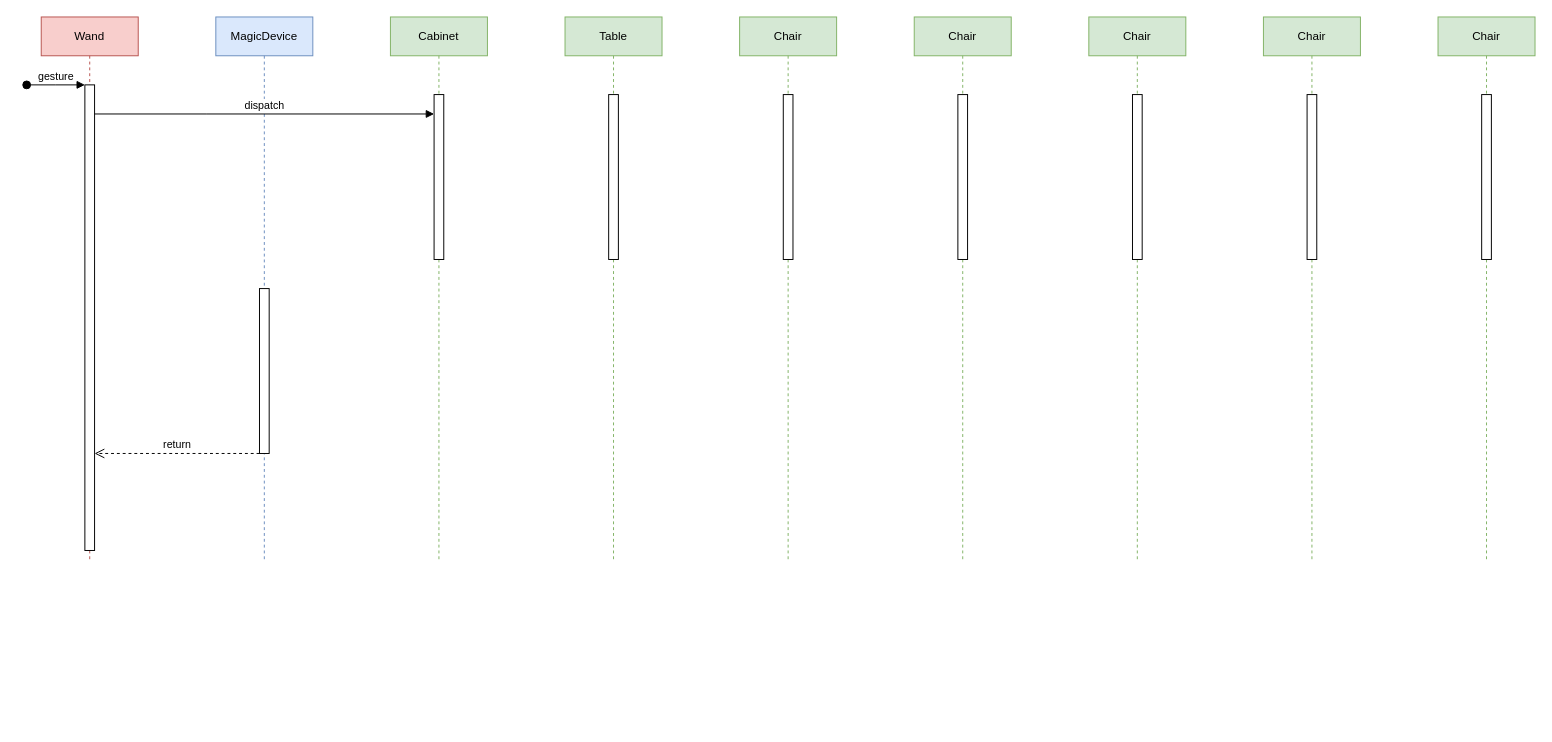
This is Untitled Diagram.drawio from screab/kano-wand-demos, a draw.io file, before an edit. Source tidied: cells renumbered, new cells numbered last; positions are measured from the earlier drawing's top-left corner, leaving out a move shared by most shapes. Both pictures are drawn from the tidied source at 97%, with x=0, y=0 at pixel (26, 16).
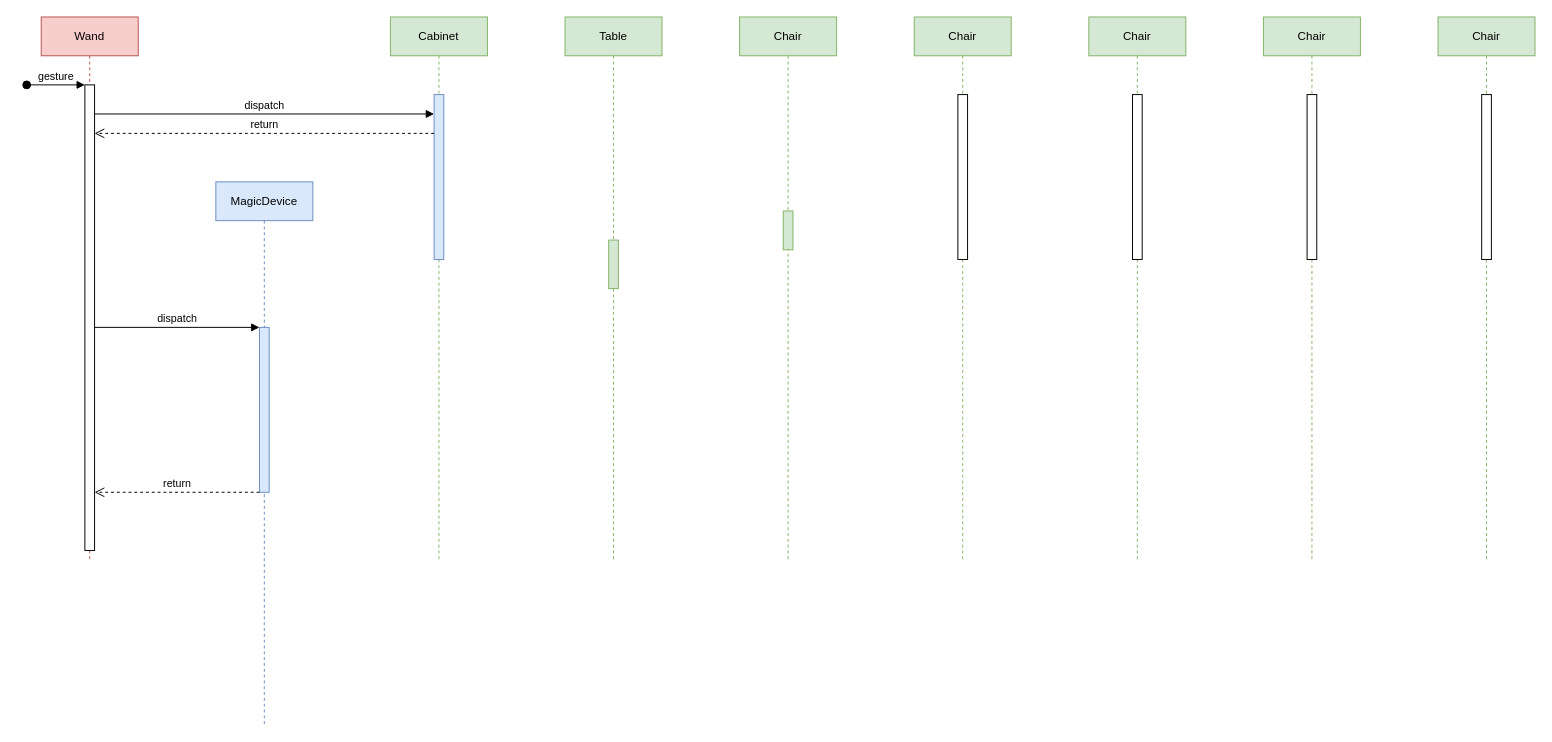
The same page after the edit.

Unchanged cells that the change refers to:
```xml
<mxCell id="3" style="html=1;points=[];perimeter=orthogonalPerimeter;outlineConnect=0;targetShapes=umlLifeline;portConstraint=eastwest;newEdgeStyle={&quot;edgeStyle&quot;:&quot;elbowEdgeStyle&quot;,&quot;elbow&quot;:&quot;vertical&quot;,&quot;curved&quot;:0,&quot;rounded&quot;:0};" parent="2" vertex="1">
  <mxGeometry x="45" y="70" width="10" height="480" as="geometry" />
</mxCell>
<mxCell id="9" value="Cabinet" style="shape=umlLifeline;perimeter=lifelinePerimeter;whiteSpace=wrap;html=1;newEdgeStyle={&quot;edgeStyle&quot;:&quot;elbowEdgeStyle&quot;,&quot;elbow&quot;:&quot;vertical&quot;,&quot;curved&quot;:0,&quot;rounded&quot;:0};fillColor=#d5e8d4;strokeColor=#82b366;" parent="1" vertex="1">
  <mxGeometry x="375" width="100" height="560" as="geometry" />
</mxCell>
<mxCell id="11" value="Table" style="shape=umlLifeline;perimeter=lifelinePerimeter;whiteSpace=wrap;html=1;newEdgeStyle={&quot;edgeStyle&quot;:&quot;elbowEdgeStyle&quot;,&quot;elbow&quot;:&quot;vertical&quot;,&quot;curved&quot;:0,&quot;rounded&quot;:0};fillColor=#d5e8d4;strokeColor=#82b366;" parent="1" vertex="1">
  <mxGeometry x="555" width="100" height="560" as="geometry" />
</mxCell>
<mxCell id="13" value="Chair" style="shape=umlLifeline;perimeter=lifelinePerimeter;whiteSpace=wrap;html=1;newEdgeStyle={&quot;edgeStyle&quot;:&quot;elbowEdgeStyle&quot;,&quot;elbow&quot;:&quot;vertical&quot;,&quot;curved&quot;:0,&quot;rounded&quot;:0};fillColor=#d5e8d4;strokeColor=#82b366;" parent="1" vertex="1">
  <mxGeometry x="735" width="100" height="560" as="geometry" />
</mxCell>
```

Change to the diagram source:
```diff
@@
     <mxCell id="5" value="MagicDevice" style="shape=umlLifeline;perimeter=lifelinePerimeter;whiteSpace=wrap;html=1;newEdgeStyle={&quot;edgeStyle&quot;:&quot;elbowEdgeStyle&quot;,&quot;elbow&quot;:&quot;vertical&quot;,&quot;curved&quot;:0,&quot;rounded&quot;:0};fillColor=#dae8fc;strokeColor=#6c8ebf;" parent="1" vertex="1">
-      <mxGeometry x="195" width="100" height="560" as="geometry" />
+      <mxGeometry x="195" y="170" width="100" height="560" as="geometry" />
     </mxCell>
-    <mxCell id="6" style="html=1;points=[];perimeter=orthogonalPerimeter;outlineConnect=0;targetShapes=umlLifeline;portConstraint=eastwest;newEdgeStyle={&quot;edgeStyle&quot;:&quot;elbowEdgeStyle&quot;,&quot;elbow&quot;:&quot;vertical&quot;,&quot;curved&quot;:0,&quot;rounded&quot;:0};" parent="5" vertex="1">
-      <mxGeometry x="45" y="280" width="10" height="170" as="geometry" />
+    <mxCell id="6" style="html=1;points=[];perimeter=orthogonalPerimeter;outlineConnect=0;targetShapes=umlLifeline;portConstraint=eastwest;newEdgeStyle={&quot;edgeStyle&quot;:&quot;elbowEdgeStyle&quot;,&quot;elbow&quot;:&quot;vertical&quot;,&quot;curved&quot;:0,&quot;rounded&quot;:0};fillColor=#dae8fc;strokeColor=#6c8ebf;" parent="5" vertex="1">
+      <mxGeometry x="45" y="150" width="10" height="170" as="geometry" />
     </mxCell>
@@
     <mxCell id="8" value="return" style="html=1;verticalAlign=bottom;endArrow=open;dashed=1;endSize=8;edgeStyle=elbowEdgeStyle;elbow=vertical;curved=0;rounded=0;" parent="1" edge="1" source="6" target="3">
       <mxGeometry relative="1" as="geometry">
         <Array as="points">
+          <mxPoint x="175" y="490" />
           <mxPoint x="155" y="450" />
           <mxPoint x="165" y="240" />
         </Array>
       </mxGeometry>
     </mxCell>
@@
-    <mxCell id="10" style="html=1;points=[];perimeter=orthogonalPerimeter;outlineConnect=0;targetShapes=umlLifeline;portConstraint=eastwest;newEdgeStyle={&quot;edgeStyle&quot;:&quot;elbowEdgeStyle&quot;,&quot;elbow&quot;:&quot;vertical&quot;,&quot;curved&quot;:0,&quot;rounded&quot;:0};" parent="9" vertex="1">
+    <mxCell id="10" style="html=1;points=[];perimeter=orthogonalPerimeter;outlineConnect=0;targetShapes=umlLifeline;portConstraint=eastwest;newEdgeStyle={&quot;edgeStyle&quot;:&quot;elbowEdgeStyle&quot;,&quot;elbow&quot;:&quot;vertical&quot;,&quot;curved&quot;:0,&quot;rounded&quot;:0};fillColor=#dae8fc;strokeColor=#6c8ebf;" parent="9" vertex="1">
       <mxGeometry x="45" y="80" width="10" height="170" as="geometry" />
     </mxCell>
@@
-    <mxCell id="12" style="html=1;perimeter=orthogonalPerimeter;targetShapes=umlLifeline;newEdgeStyle={&quot;edgeStyle&quot;:&quot;elbowEdgeStyle&quot;,&quot;elbow&quot;:&quot;vertical&quot;,&quot;curved&quot;:0,&quot;rounded&quot;:0};" parent="11" vertex="1">
-      <mxGeometry x="45" y="80" width="10" height="170" as="geometry" />
+    <mxCell id="12" style="html=1;perimeter=orthogonalPerimeter;targetShapes=umlLifeline;newEdgeStyle={&quot;edgeStyle&quot;:&quot;elbowEdgeStyle&quot;,&quot;elbow&quot;:&quot;vertical&quot;,&quot;curved&quot;:0,&quot;rounded&quot;:0};fillColor=#d5e8d4;strokeColor=#82b366;" parent="11" vertex="1">
+      <mxGeometry x="45" y="230" width="10" height="50" as="geometry" />
     </mxCell>
@@
-    <mxCell id="14" style="html=1;perimeter=orthogonalPerimeter;targetShapes=umlLifeline;newEdgeStyle={&quot;edgeStyle&quot;:&quot;elbowEdgeStyle&quot;,&quot;elbow&quot;:&quot;vertical&quot;,&quot;curved&quot;:0,&quot;rounded&quot;:0};" parent="13" vertex="1">
-      <mxGeometry x="45" y="80" width="10" height="170" as="geometry" />
+    <mxCell id="14" style="html=1;perimeter=orthogonalPerimeter;targetShapes=umlLifeline;newEdgeStyle={&quot;edgeStyle&quot;:&quot;elbowEdgeStyle&quot;,&quot;elbow&quot;:&quot;vertical&quot;,&quot;curved&quot;:0,&quot;rounded&quot;:0};fillColor=#d5e8d4;strokeColor=#82b366;" parent="13" vertex="1">
+      <mxGeometry x="45" y="200" width="10" height="40" as="geometry" />
     </mxCell>
@@
+    <mxCell id="23" value="return" style="html=1;verticalAlign=bottom;endArrow=open;dashed=1;endSize=8;edgeStyle=elbowEdgeStyle;elbow=vertical;curved=0;rounded=0;" parent="1" edge="1" source="10" target="3">
+      <mxGeometry relative="1" as="geometry">
+        <Array as="points">
+          <mxPoint x="355" y="120" />
+          <mxPoint x="315" y="250" />
+          <mxPoint x="325" y="40" />
+        </Array>
+      </mxGeometry>
+    </mxCell>
+    <mxCell id="24" value="dispatch" style="html=1;verticalAlign=bottom;endArrow=block;edgeStyle=elbowEdgeStyle;elbow=vertical;curved=0;rounded=0;" parent="1" edge="1" source="3" target="6">
+      <mxGeometry relative="1" as="geometry">
+        <Array as="points">
+          <mxPoint x="155" y="320" />
+          <mxPoint x="155" y="150" />
+          <mxPoint x="165" y="130" />
+        </Array>
+      </mxGeometry>
+    </mxCell>
```
